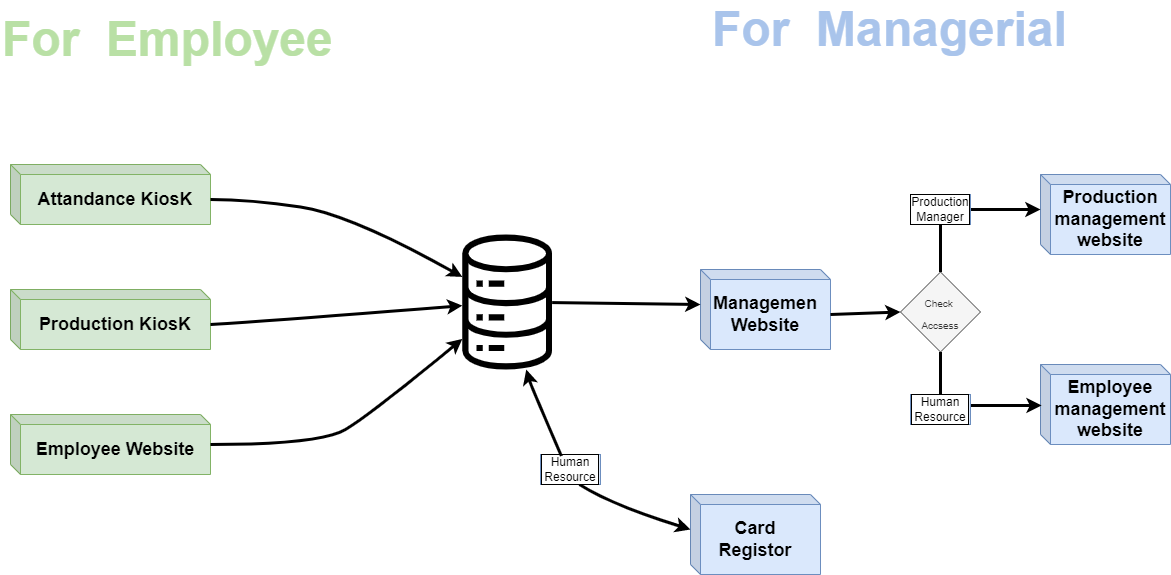
Above: ProjekDiagram.drawio.png in Nuur-R/Projek_NSK (draw.io), before the change. Source tidied: cells renumbered, new cells last; positions are measured from the earlier drawing's top-left corner, leaving out a move shared by most shapes.
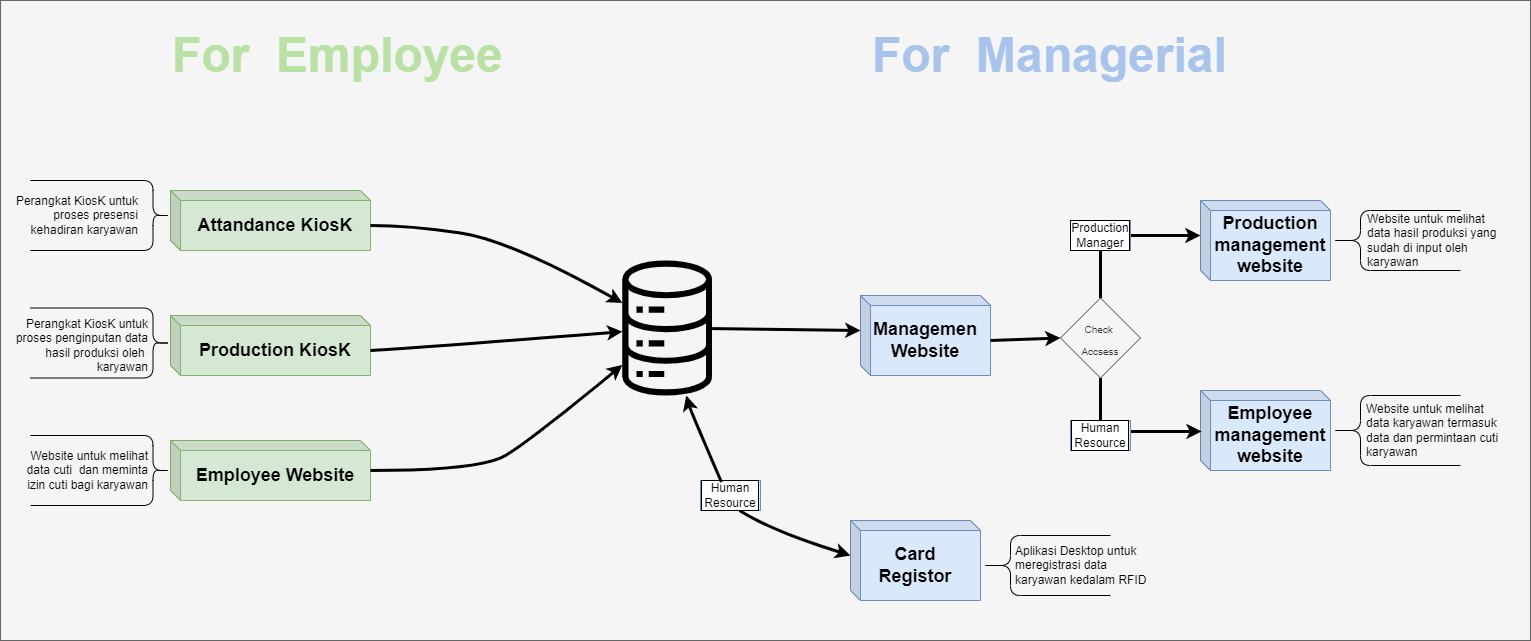
The same file after the commit.

The edit, as a diff of the source:
```diff
@@ -2,6 +2,9 @@
   <root>
     <mxCell id="0" style="html=1;" />
     <mxCell id="1" style="html=1;" parent="0" />
+    <mxCell id="41" style="rounded=0;whiteSpace=wrap;html=1;labelBackgroundColor=none;labelBorderColor=none;fontSize=12;fontColor=#333333;strokeWidth=1;fillColor=#f5f5f5;strokeColor=#666666;" parent="1" vertex="1">
+      <mxGeometry x="-160" y="-40" width="1530" height="640" as="geometry" />
+    </mxCell>
     <mxCell id="2" style="group;" parent="1" vertex="1">
       <mxGeometry x="700" y="255" width="130" height="80" as="geometry" />
     </mxCell>
@@ -60,7 +63,7 @@
       <mxGeometry x="900" y="257.5" width="80" height="80" as="geometry" />
     </mxCell>
     <mxCell id="21" value="&lt;b&gt;&lt;font color=&quot;#b9e0a5&quot; style=&quot;font-size: 48px;&quot;&gt;For&amp;nbsp; Employee&lt;/font&gt;&lt;/b&gt;" style="text;html=1;strokeColor=none;fillColor=none;align=left;verticalAlign=middle;whiteSpace=wrap;rounded=0;labelBorderColor=none;fontSize=10;fontColor=#97D077;" parent="1" vertex="1">
-      <mxGeometry y="10" width="360" height="30" as="geometry" />
+      <mxGeometry x="10" width="360" height="30" as="geometry" />
     </mxCell>
     <mxCell id="22" value="&lt;b&gt;&lt;font color=&quot;#a9c4eb&quot; style=&quot;font-size: 48px;&quot;&gt;For&amp;nbsp; Managerial&lt;/font&gt;&lt;/b&gt;" style="text;html=1;strokeColor=none;fillColor=none;align=left;verticalAlign=middle;whiteSpace=wrap;rounded=0;labelBorderColor=none;fontSize=10;fontColor=#97D077;" parent="1" vertex="1">
       <mxGeometry x="710" width="360" height="30" as="geometry" />
@@ -149,5 +152,41 @@
         </Array>
       </mxGeometry>
     </mxCell>
+    <mxCell id="42" value="Perangkat KiosK untuk proses presensi kehadiran karyawan" style="text;html=1;strokeColor=none;fillColor=none;align=right;verticalAlign=middle;whiteSpace=wrap;rounded=0;labelBackgroundColor=none;labelBorderColor=none;fontSize=12;fontColor=#000000;" parent="1" vertex="1">
+      <mxGeometry x="-160" y="150" width="140" height="50" as="geometry" />
+    </mxCell>
+    <mxCell id="43" value="Perangkat KiosK untuk proses penginputan data hasil produksi oleh&amp;nbsp; karyawan" style="text;html=1;strokeColor=none;fillColor=none;align=right;verticalAlign=middle;whiteSpace=wrap;rounded=0;labelBackgroundColor=none;labelBorderColor=none;fontSize=12;fontColor=#000000;" parent="1" vertex="1">
+      <mxGeometry x="-150" y="280" width="140" height="50" as="geometry" />
+    </mxCell>
+    <mxCell id="44" value="Website untuk melihat data cuti&amp;nbsp; dan meminta izin cuti bagi karyawan" style="text;html=1;strokeColor=none;fillColor=none;align=right;verticalAlign=middle;whiteSpace=wrap;rounded=0;labelBackgroundColor=none;labelBorderColor=none;fontSize=12;fontColor=#000000;" parent="1" vertex="1">
+      <mxGeometry x="-150" y="405" width="140" height="50" as="geometry" />
+    </mxCell>
+    <mxCell id="45" style="shape=curlyBracket;whiteSpace=wrap;html=1;rounded=1;flipH=1;labelBackgroundColor=#FFFFFF;labelBorderColor=default;fontSize=12;fontColor=#000000;strokeWidth=1;fillColor=#66B2FF;size=0.125;" parent="1" vertex="1">
+      <mxGeometry x="-130" y="140" width="140" height="70" as="geometry" />
+    </mxCell>
+    <mxCell id="46" style="shape=curlyBracket;whiteSpace=wrap;html=1;rounded=1;flipH=1;labelBackgroundColor=#FFFFFF;labelBorderColor=default;fontSize=12;fontColor=#000000;strokeWidth=1;fillColor=#66B2FF;size=0.125;" parent="1" vertex="1">
+      <mxGeometry x="-130" y="267.5" width="140" height="70" as="geometry" />
+    </mxCell>
+    <mxCell id="47" style="shape=curlyBracket;whiteSpace=wrap;html=1;rounded=1;flipH=1;labelBackgroundColor=#FFFFFF;labelBorderColor=default;fontSize=12;fontColor=#000000;strokeWidth=1;fillColor=#66B2FF;size=0.125;" parent="1" vertex="1">
+      <mxGeometry x="-130" y="395" width="140" height="70" as="geometry" />
+    </mxCell>
+    <mxCell id="48" style="shape=curlyBracket;whiteSpace=wrap;html=1;rounded=1;labelBackgroundColor=none;labelBorderColor=none;fontSize=12;fontColor=#000000;strokeWidth=1;fillColor=#66B2FF;size=0.23076923076923078;" parent="1" vertex="1">
+      <mxGeometry x="820" y="495" width="130" height="60" as="geometry" />
+    </mxCell>
+    <mxCell id="49" value="Aplikasi Desktop untuk meregistrasi data karyawan kedalam RFID" style="text;html=1;strokeColor=none;fillColor=none;align=left;verticalAlign=middle;whiteSpace=wrap;rounded=0;labelBackgroundColor=none;labelBorderColor=none;fontSize=12;fontColor=#000000;" parent="1" vertex="1">
+      <mxGeometry x="853" y="500" width="140" height="50" as="geometry" />
+    </mxCell>
+    <mxCell id="50" style="shape=curlyBracket;whiteSpace=wrap;html=1;rounded=1;labelBackgroundColor=none;labelBorderColor=none;fontSize=12;fontColor=#000000;strokeWidth=1;fillColor=#66B2FF;size=0.23076923076923078;" parent="1" vertex="1">
+      <mxGeometry x="1170" y="355" width="130" height="70" as="geometry" />
+    </mxCell>
+    <mxCell id="51" value="Website untuk melihat data karyawan termasuk data dan permintaan cuti karyawan" style="text;html=1;strokeColor=none;fillColor=none;align=left;verticalAlign=middle;whiteSpace=wrap;rounded=0;labelBackgroundColor=none;labelBorderColor=none;fontSize=12;fontColor=#000000;" parent="1" vertex="1">
+      <mxGeometry x="1204" y="365" width="136" height="50" as="geometry" />
+    </mxCell>
+    <mxCell id="52" style="shape=curlyBracket;whiteSpace=wrap;html=1;rounded=1;labelBackgroundColor=none;labelBorderColor=none;fontSize=12;fontColor=#000000;strokeWidth=1;fillColor=#66B2FF;size=0.23076923076923078;" parent="1" vertex="1">
+      <mxGeometry x="1170" y="170" width="130" height="60" as="geometry" />
+    </mxCell>
+    <mxCell id="53" value="Website untuk melihat data hasil produksi yang sudah di input oleh karyawan" style="text;html=1;strokeColor=none;fillColor=none;align=left;verticalAlign=middle;whiteSpace=wrap;rounded=0;labelBackgroundColor=none;labelBorderColor=none;fontSize=12;fontColor=#000000;" parent="1" vertex="1">
+      <mxGeometry x="1205" y="175" width="140" height="50" as="geometry" />
+    </mxCell>
   </root>
 </mxGraphModel>
```
